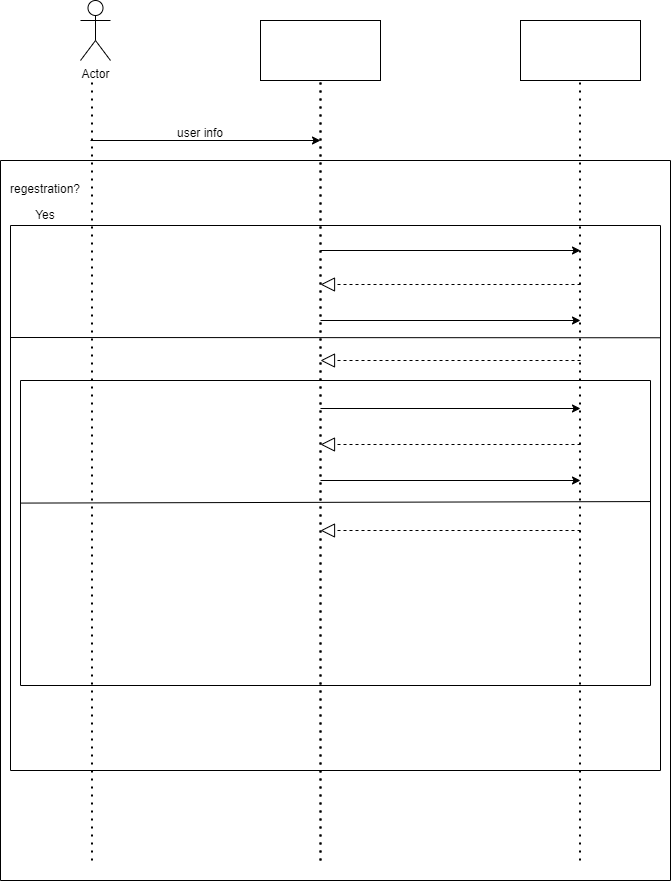
This is RegestrationSystem.drawio.png from AyaGElsaadany/RegestrationSystemUML, a draw.io export, as it was before one commit. Source tidied: cells renumbered, new cells last; positions are measured from the earlier drawing's top-left corner, leaving out a move shared by most shapes.
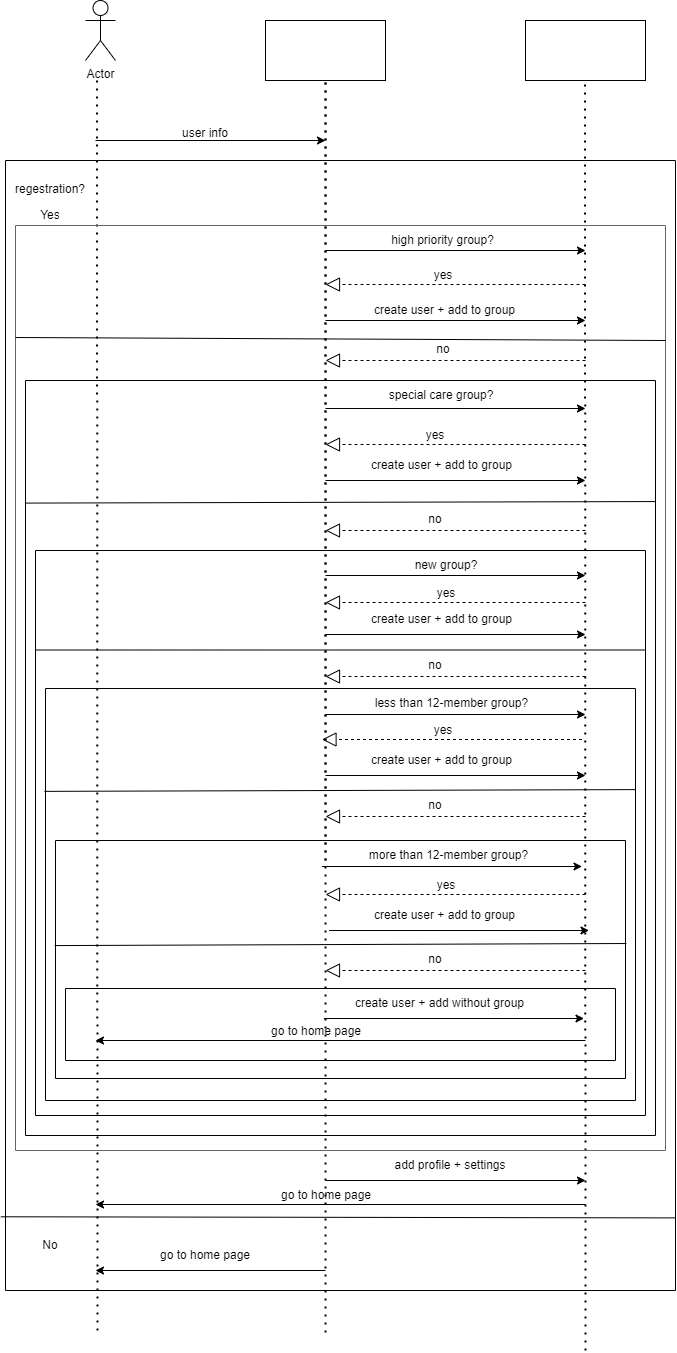
Above is the later version.

What changed in the source:
```diff
@@ -18,19 +18,19 @@
     </mxCell>
     <mxCell id="6" style="endArrow=none;dashed=1;html=1;dashPattern=1 3;strokeWidth=2;rounded=0;entryX=0.5;entryY=1;entryDx=0;entryDy=0;" parent="1" edge="1">
       <mxGeometry relative="1" as="geometry">
-        <mxPoint x="91.5" y="860" as="sourcePoint" />
+        <mxPoint x="92" y="1330" as="sourcePoint" />
         <mxPoint x="91.5" y="80" as="targetPoint" />
       </mxGeometry>
     </mxCell>
     <mxCell id="7" style="endArrow=none;dashed=1;html=1;dashPattern=1 3;strokeWidth=2;rounded=0;entryX=0.5;entryY=1;entryDx=0;entryDy=0;" parent="1" edge="1">
       <mxGeometry relative="1" as="geometry">
-        <mxPoint x="320" y="860" as="sourcePoint" />
+        <mxPoint x="320" y="1332" as="sourcePoint" />
         <mxPoint x="320" y="80" as="targetPoint" />
       </mxGeometry>
     </mxCell>
     <mxCell id="8" style="endArrow=none;dashed=1;html=1;dashPattern=1 3;strokeWidth=2;rounded=0;entryX=0.5;entryY=1;entryDx=0;entryDy=0;" parent="1" edge="1">
       <mxGeometry relative="1" as="geometry">
-        <mxPoint x="579.5" y="860" as="sourcePoint" />
+        <mxPoint x="580" y="1350" as="sourcePoint" />
         <mxPoint x="579.5" y="80" as="targetPoint" />
       </mxGeometry>
     </mxCell>
@@ -41,7 +41,7 @@
       </mxGeometry>
     </mxCell>
     <mxCell id="10" style="swimlane;startSize=0;" parent="1" vertex="1">
-      <mxGeometry y="160" width="670" height="720" as="geometry" />
+      <mxGeometry y="160" width="670" height="1130" as="geometry" />
     </mxCell>
     <mxCell id="11" value="regestration?" style="text;html=1;strokeColor=none;fillColor=none;align=center;verticalAlign=middle;whiteSpace=wrap;rounded=0;" parent="10" vertex="1">
       <mxGeometry y="14" width="90" height="30" as="geometry" />
@@ -49,11 +49,41 @@
     <mxCell id="12" value="Yes" style="text;html=1;strokeColor=none;fillColor=none;align=center;verticalAlign=middle;whiteSpace=wrap;rounded=0;" parent="10" vertex="1">
       <mxGeometry x="15" y="40" width="60" height="30" as="geometry" />
     </mxCell>
+    <mxCell id="26" style="endArrow=classic;html=1;rounded=0;" parent="10" edge="1">
+      <mxGeometry relative="1" as="geometry">
+        <mxPoint x="320" y="1020" as="sourcePoint" />
+        <mxPoint x="580" y="1020" as="targetPoint" />
+      </mxGeometry>
+    </mxCell>
+    <mxCell id="27" value="add profile + settings" style="text;html=1;strokeColor=none;fillColor=none;align=center;verticalAlign=middle;whiteSpace=wrap;rounded=0;" parent="10" vertex="1">
+      <mxGeometry x="350" y="990" width="190" height="30" as="geometry" />
+    </mxCell>
+    <mxCell id="28" style="endArrow=classic;html=1;rounded=0;" parent="10" edge="1">
+      <mxGeometry relative="1" as="geometry">
+        <mxPoint x="580" y="1044" as="sourcePoint" />
+        <mxPoint x="90" y="1044" as="targetPoint" />
+      </mxGeometry>
+    </mxCell>
+    <mxCell id="29" value="go to home page" style="text;html=1;strokeColor=none;fillColor=none;align=center;verticalAlign=middle;whiteSpace=wrap;rounded=0;" parent="10" vertex="1">
+      <mxGeometry x="221" y="1020" width="200" height="30" as="geometry" />
+    </mxCell>
+    <mxCell id="30" value="No" style="text;html=1;strokeColor=none;fillColor=none;align=center;verticalAlign=middle;whiteSpace=wrap;rounded=0;" parent="10" vertex="1">
+      <mxGeometry x="15" y="1070" width="60" height="30" as="geometry" />
+    </mxCell>
+    <mxCell id="31" style="endArrow=classic;html=1;rounded=0;" parent="10" edge="1">
+      <mxGeometry relative="1" as="geometry">
+        <mxPoint x="320" y="1110" as="sourcePoint" />
+        <mxPoint x="90" y="1110" as="targetPoint" />
+      </mxGeometry>
+    </mxCell>
+    <mxCell id="32" value="go to home page" style="text;html=1;strokeColor=none;fillColor=none;align=center;verticalAlign=middle;whiteSpace=wrap;rounded=0;" parent="10" vertex="1">
+      <mxGeometry x="100" y="1080" width="200" height="30" as="geometry" />
+    </mxCell>
     <mxCell id="13" value="user info" style="text;html=1;strokeColor=none;fillColor=none;align=center;verticalAlign=middle;whiteSpace=wrap;rounded=0;" parent="1" vertex="1">
       <mxGeometry x="170" y="118" width="60" height="30" as="geometry" />
     </mxCell>
-    <mxCell id="14" style="swimlane;startSize=0;" parent="1" vertex="1">
-      <mxGeometry x="10" y="225" width="650" height="545" as="geometry" />
+    <mxCell id="14" style="swimlane;startSize=0;fillColor=#f5f5f5;fontColor=#333333;strokeColor=#666666;" parent="1" vertex="1">
+      <mxGeometry x="10" y="225" width="650" height="925" as="geometry" />
     </mxCell>
     <mxCell id="15" style="endArrow=classic;html=1;rounded=0;" parent="14" edge="1">
       <mxGeometry relative="1" as="geometry">
@@ -86,7 +116,7 @@
       </mxGeometry>
     </mxCell>
     <mxCell id="20" style="swimlane;startSize=0;" parent="14" vertex="1">
-      <mxGeometry x="10" y="155" width="630" height="305" as="geometry" />
+      <mxGeometry x="10" y="155" width="630" height="755" as="geometry" />
     </mxCell>
     <mxCell id="21" style="endArrow=block;dashed=1;endFill=0;endSize=12;html=1;rounded=0;" parent="20" edge="1">
       <mxGeometry relative="1" as="geometry">
@@ -106,16 +136,203 @@
         <mxPoint x="300" y="150" as="targetPoint" />
       </mxGeometry>
     </mxCell>
+    <mxCell id="33" value="special care group?" style="text;html=1;strokeColor=none;fillColor=none;align=center;verticalAlign=middle;whiteSpace=wrap;rounded=0;" parent="20" vertex="1">
+      <mxGeometry x="340" width="152" height="30" as="geometry" />
+    </mxCell>
+    <mxCell id="34" value="yes" style="text;html=1;strokeColor=none;fillColor=none;align=center;verticalAlign=middle;whiteSpace=wrap;rounded=0;" parent="20" vertex="1">
+      <mxGeometry x="380" y="40" width="60" height="30" as="geometry" />
+    </mxCell>
+    <mxCell id="35" value="no" style="text;html=1;strokeColor=none;fillColor=none;align=center;verticalAlign=middle;whiteSpace=wrap;rounded=0;" parent="20" vertex="1">
+      <mxGeometry x="380" y="124" width="60" height="30" as="geometry" />
+    </mxCell>
+    <mxCell id="36" value="create user + add to group" style="text;html=1;strokeColor=none;fillColor=none;align=center;verticalAlign=middle;whiteSpace=wrap;rounded=0;" parent="20" vertex="1">
+      <mxGeometry x="318.5" y="70" width="195" height="30" as="geometry" />
+    </mxCell>
     <mxCell id="24" style="endArrow=none;html=1;rounded=0;entryX=1;entryY=0.61;entryDx=0;entryDy=0;entryPerimeter=0;exitX=0;exitY=0.615;exitDx=0;exitDy=0;exitPerimeter=0;" parent="14" edge="1">
       <mxGeometry relative="1" as="geometry">
         <mxPoint x="10" y="277.6" as="sourcePoint" />
         <mxPoint x="640" y="276" as="targetPoint" />
       </mxGeometry>
     </mxCell>
+    <mxCell id="37" value="high priority group?" style="text;html=1;strokeColor=none;fillColor=none;align=center;verticalAlign=middle;whiteSpace=wrap;rounded=0;" parent="14" vertex="1">
+      <mxGeometry x="345" width="165" height="30" as="geometry" />
+    </mxCell>
+    <mxCell id="38" value="yes" style="text;html=1;strokeColor=none;fillColor=none;align=center;verticalAlign=middle;whiteSpace=wrap;rounded=0;" parent="14" vertex="1">
+      <mxGeometry x="398" y="35" width="60" height="30" as="geometry" />
+    </mxCell>
+    <mxCell id="39" value="create user + add to group" style="text;html=1;strokeColor=none;fillColor=none;align=center;verticalAlign=middle;whiteSpace=wrap;rounded=0;" parent="14" vertex="1">
+      <mxGeometry x="332" y="70" width="195" height="30" as="geometry" />
+    </mxCell>
+    <mxCell id="40" value="no" style="text;html=1;strokeColor=none;fillColor=none;align=center;verticalAlign=middle;whiteSpace=wrap;rounded=0;" parent="14" vertex="1">
+      <mxGeometry x="397.5" y="109" width="60" height="30" as="geometry" />
+    </mxCell>
+    <mxCell id="41" style="swimlane;startSize=0;" parent="14" vertex="1">
+      <mxGeometry x="20" y="325" width="610" height="565" as="geometry" />
+    </mxCell>
+    <mxCell id="42" style="endArrow=classic;html=1;rounded=0;" parent="41" edge="1">
+      <mxGeometry relative="1" as="geometry">
+        <mxPoint x="290" y="25" as="sourcePoint" />
+        <mxPoint x="550" y="25" as="targetPoint" />
+      </mxGeometry>
+    </mxCell>
+    <mxCell id="43" style="endArrow=block;dashed=1;endFill=0;endSize=12;html=1;rounded=0;" parent="41" edge="1">
+      <mxGeometry relative="1" as="geometry">
+        <mxPoint x="550" y="52" as="sourcePoint" />
+        <mxPoint x="290" y="52" as="targetPoint" />
+      </mxGeometry>
+    </mxCell>
+    <mxCell id="44" value="new group?" style="text;html=1;strokeColor=none;fillColor=none;align=center;verticalAlign=middle;whiteSpace=wrap;rounded=0;" parent="41" vertex="1">
+      <mxGeometry x="360" width="102" height="30" as="geometry" />
+    </mxCell>
+    <mxCell id="45" value="yes" style="text;html=1;strokeColor=none;fillColor=none;align=center;verticalAlign=middle;whiteSpace=wrap;rounded=0;" parent="41" vertex="1">
+      <mxGeometry x="381" y="28" width="60" height="30" as="geometry" />
+    </mxCell>
+    <mxCell id="46" style="endArrow=classic;html=1;rounded=0;" parent="41" edge="1">
+      <mxGeometry relative="1" as="geometry">
+        <mxPoint x="290" y="84" as="sourcePoint" />
+        <mxPoint x="550" y="84" as="targetPoint" />
+      </mxGeometry>
+    </mxCell>
+    <mxCell id="47" value="create user + add to group" style="text;html=1;strokeColor=none;fillColor=none;align=center;verticalAlign=middle;whiteSpace=wrap;rounded=0;" parent="41" vertex="1">
+      <mxGeometry x="308.5" y="54" width="195" height="30" as="geometry" />
+    </mxCell>
+    <mxCell id="48" style="endArrow=block;dashed=1;endFill=0;endSize=12;html=1;rounded=0;" parent="41" edge="1">
+      <mxGeometry relative="1" as="geometry">
+        <mxPoint x="550" y="126" as="sourcePoint" />
+        <mxPoint x="290" y="126" as="targetPoint" />
+      </mxGeometry>
+    </mxCell>
+    <mxCell id="49" value="no" style="text;html=1;strokeColor=none;fillColor=none;align=center;verticalAlign=middle;whiteSpace=wrap;rounded=0;" parent="41" vertex="1">
+      <mxGeometry x="370" y="100" width="60" height="30" as="geometry" />
+    </mxCell>
+    <mxCell id="50" style="endArrow=classic;html=1;rounded=0;" parent="41" edge="1">
+      <mxGeometry relative="1" as="geometry">
+        <mxPoint x="290" y="164" as="sourcePoint" />
+        <mxPoint x="550" y="164" as="targetPoint" />
+      </mxGeometry>
+    </mxCell>
+    <mxCell id="51" value="less than 12-member group?" style="text;html=1;strokeColor=none;fillColor=none;align=center;verticalAlign=middle;whiteSpace=wrap;rounded=0;" parent="41" vertex="1">
+      <mxGeometry x="325" y="138" width="183" height="30" as="geometry" />
+    </mxCell>
+    <mxCell id="52" style="swimlane;startSize=0;" parent="41" vertex="1">
+      <mxGeometry x="10" y="138" width="590" height="412" as="geometry" />
+    </mxCell>
+    <mxCell id="53" style="endArrow=block;dashed=1;endFill=0;endSize=12;html=1;rounded=0;" parent="52" edge="1">
+      <mxGeometry relative="1" as="geometry">
+        <mxPoint x="536.5" y="51" as="sourcePoint" />
+        <mxPoint x="276.5" y="51" as="targetPoint" />
+      </mxGeometry>
+    </mxCell>
+    <mxCell id="54" value="yes" style="text;html=1;strokeColor=none;fillColor=none;align=center;verticalAlign=middle;whiteSpace=wrap;rounded=0;" parent="52" vertex="1">
+      <mxGeometry x="367.5" y="27" width="60" height="30" as="geometry" />
+    </mxCell>
+    <mxCell id="55" style="endArrow=classic;html=1;rounded=0;" parent="52" edge="1">
+      <mxGeometry relative="1" as="geometry">
+        <mxPoint x="280" y="87" as="sourcePoint" />
+        <mxPoint x="540" y="87" as="targetPoint" />
+      </mxGeometry>
+    </mxCell>
+    <mxCell id="56" value="create user + add to group" style="text;html=1;strokeColor=none;fillColor=none;align=center;verticalAlign=middle;whiteSpace=wrap;rounded=0;" parent="52" vertex="1">
+      <mxGeometry x="298.5" y="57" width="195" height="30" as="geometry" />
+    </mxCell>
+    <mxCell id="57" style="endArrow=block;dashed=1;endFill=0;endSize=12;html=1;rounded=0;" parent="52" edge="1">
+      <mxGeometry relative="1" as="geometry">
+        <mxPoint x="540" y="128" as="sourcePoint" />
+        <mxPoint x="280" y="128" as="targetPoint" />
+      </mxGeometry>
+    </mxCell>
+    <mxCell id="58" value="no" style="text;html=1;strokeColor=none;fillColor=none;align=center;verticalAlign=middle;whiteSpace=wrap;rounded=0;" parent="52" vertex="1">
+      <mxGeometry x="360" y="102" width="60" height="30" as="geometry" />
+    </mxCell>
+    <mxCell id="59" style="swimlane;startSize=0;" parent="52" vertex="1">
+      <mxGeometry x="10" y="152" width="570" height="238" as="geometry" />
+    </mxCell>
+    <mxCell id="60" style="endArrow=classic;html=1;rounded=0;" parent="59" edge="1">
+      <mxGeometry relative="1" as="geometry">
+        <mxPoint x="266.5" y="26" as="sourcePoint" />
+        <mxPoint x="526.5" y="26" as="targetPoint" />
+      </mxGeometry>
+    </mxCell>
+    <mxCell id="61" value="more than 12-member group?" style="text;html=1;strokeColor=none;fillColor=none;align=center;verticalAlign=middle;whiteSpace=wrap;rounded=0;" parent="59" vertex="1">
+      <mxGeometry x="301.5" width="183" height="30" as="geometry" />
+    </mxCell>
+    <mxCell id="62" style="endArrow=block;dashed=1;endFill=0;endSize=12;html=1;rounded=0;" parent="59" edge="1">
+      <mxGeometry relative="1" as="geometry">
+        <mxPoint x="530" y="54" as="sourcePoint" />
+        <mxPoint x="270" y="54" as="targetPoint" />
+      </mxGeometry>
+    </mxCell>
+    <mxCell id="63" value="yes" style="text;html=1;strokeColor=none;fillColor=none;align=center;verticalAlign=middle;whiteSpace=wrap;rounded=0;" parent="59" vertex="1">
+      <mxGeometry x="361" y="30" width="60" height="30" as="geometry" />
+    </mxCell>
+    <mxCell id="64" style="endArrow=classic;html=1;rounded=0;" parent="59" edge="1">
+      <mxGeometry relative="1" as="geometry">
+        <mxPoint x="273.5" y="90" as="sourcePoint" />
+        <mxPoint x="533.5" y="90" as="targetPoint" />
+      </mxGeometry>
+    </mxCell>
+    <mxCell id="65" value="create user + add to group" style="text;html=1;strokeColor=none;fillColor=none;align=center;verticalAlign=middle;whiteSpace=wrap;rounded=0;" parent="59" vertex="1">
+      <mxGeometry x="292" y="60" width="195" height="30" as="geometry" />
+    </mxCell>
+    <mxCell id="66" style="endArrow=block;dashed=1;endFill=0;endSize=12;html=1;rounded=0;" parent="59" edge="1">
+      <mxGeometry relative="1" as="geometry">
+        <mxPoint x="530" y="130" as="sourcePoint" />
+        <mxPoint x="270" y="130" as="targetPoint" />
+      </mxGeometry>
+    </mxCell>
+    <mxCell id="67" value="no" style="text;html=1;strokeColor=none;fillColor=none;align=center;verticalAlign=middle;whiteSpace=wrap;rounded=0;" parent="59" vertex="1">
+      <mxGeometry x="350" y="104" width="60" height="30" as="geometry" />
+    </mxCell>
+    <mxCell id="68" style="swimlane;startSize=0;" parent="59" vertex="1">
+      <mxGeometry x="10" y="148" width="550" height="72" as="geometry" />
+    </mxCell>
+    <mxCell id="69" style="endArrow=classic;html=1;rounded=0;" parent="68" edge="1">
+      <mxGeometry relative="1" as="geometry">
+        <mxPoint x="258.5" y="30" as="sourcePoint" />
+        <mxPoint x="518.5" y="30" as="targetPoint" />
+      </mxGeometry>
+    </mxCell>
+    <mxCell id="70" value="create user + add without group" style="text;html=1;strokeColor=none;fillColor=none;align=center;verticalAlign=middle;whiteSpace=wrap;rounded=0;" parent="68" vertex="1">
+      <mxGeometry x="277" width="195" height="30" as="geometry" />
+    </mxCell>
+    <mxCell id="71" style="endArrow=classic;html=1;rounded=0;" parent="68" edge="1">
+      <mxGeometry relative="1" as="geometry">
+        <mxPoint x="520" y="52" as="sourcePoint" />
+        <mxPoint x="30" y="52" as="targetPoint" />
+      </mxGeometry>
+    </mxCell>
+    <mxCell id="72" value="go to home page" style="text;html=1;strokeColor=none;fillColor=none;align=center;verticalAlign=middle;whiteSpace=wrap;rounded=0;" parent="68" vertex="1">
+      <mxGeometry x="151" y="28" width="200" height="30" as="geometry" />
+    </mxCell>
+    <mxCell id="73" style="endArrow=none;html=1;rounded=0;exitX=-0.005;exitY=0.415;exitDx=0;exitDy=0;exitPerimeter=0;entryX=0.998;entryY=0.407;entryDx=0;entryDy=0;entryPerimeter=0;" parent="52" edge="1">
+      <mxGeometry relative="1" as="geometry">
+        <mxPoint x="9.1" y="257.1" as="sourcePoint" />
+        <mxPoint x="580.9" y="255" as="targetPoint" />
+      </mxGeometry>
+    </mxCell>
+    <mxCell id="74" style="endArrow=none;html=1;rounded=0;entryX=1;entryY=0.336;entryDx=0;entryDy=0;entryPerimeter=0;exitX=-0.002;exitY=0.342;exitDx=0;exitDy=0;exitPerimeter=0;" parent="41" edge="1">
+      <mxGeometry relative="1" as="geometry">
+        <mxPoint x="8.8" y="240.9" as="sourcePoint" />
+        <mxPoint x="600" y="239.1" as="targetPoint" />
+      </mxGeometry>
+    </mxCell>
+    <mxCell id="75" style="endArrow=none;html=1;rounded=0;exitX=0;exitY=0.5;exitDx=0;exitDy=0;entryX=1;entryY=0.5;entryDx=0;entryDy=0;" parent="14" edge="1">
+      <mxGeometry relative="1" as="geometry">
+        <mxPoint x="20" y="424.5" as="sourcePoint" />
+        <mxPoint x="630" y="424.5" as="targetPoint" />
+      </mxGeometry>
+    </mxCell>
-    <mxCell id="25" style="endArrow=none;html=1;rounded=0;entryX=1;entryY=0.206;entryDx=0;entryDy=0;entryPerimeter=0;" parent="1" edge="1" target="14">
+    <mxCell id="25" style="endArrow=none;html=1;rounded=0;" parent="1" edge="1">
       <mxGeometry relative="1" as="geometry">
         <mxPoint x="10" y="337" as="sourcePoint" />
+        <mxPoint x="660" y="340" as="targetPoint" />
       </mxGeometry>
     </mxCell>
+    <mxCell id="76" style="endArrow=none;html=1;rounded=0;entryX=1;entryY=0.949;entryDx=0;entryDy=0;entryPerimeter=0;exitX=-0.007;exitY=0.948;exitDx=0;exitDy=0;exitPerimeter=0;" parent="1" edge="1">
+      <mxGeometry relative="1" as="geometry">
+        <mxPoint x="-4.7" y="1216.3" as="sourcePoint" />
+        <mxPoint x="670" y="1217.4" as="targetPoint" />
+      </mxGeometry>
+    </mxCell>
   </root>
 </mxGraphModel>
```
